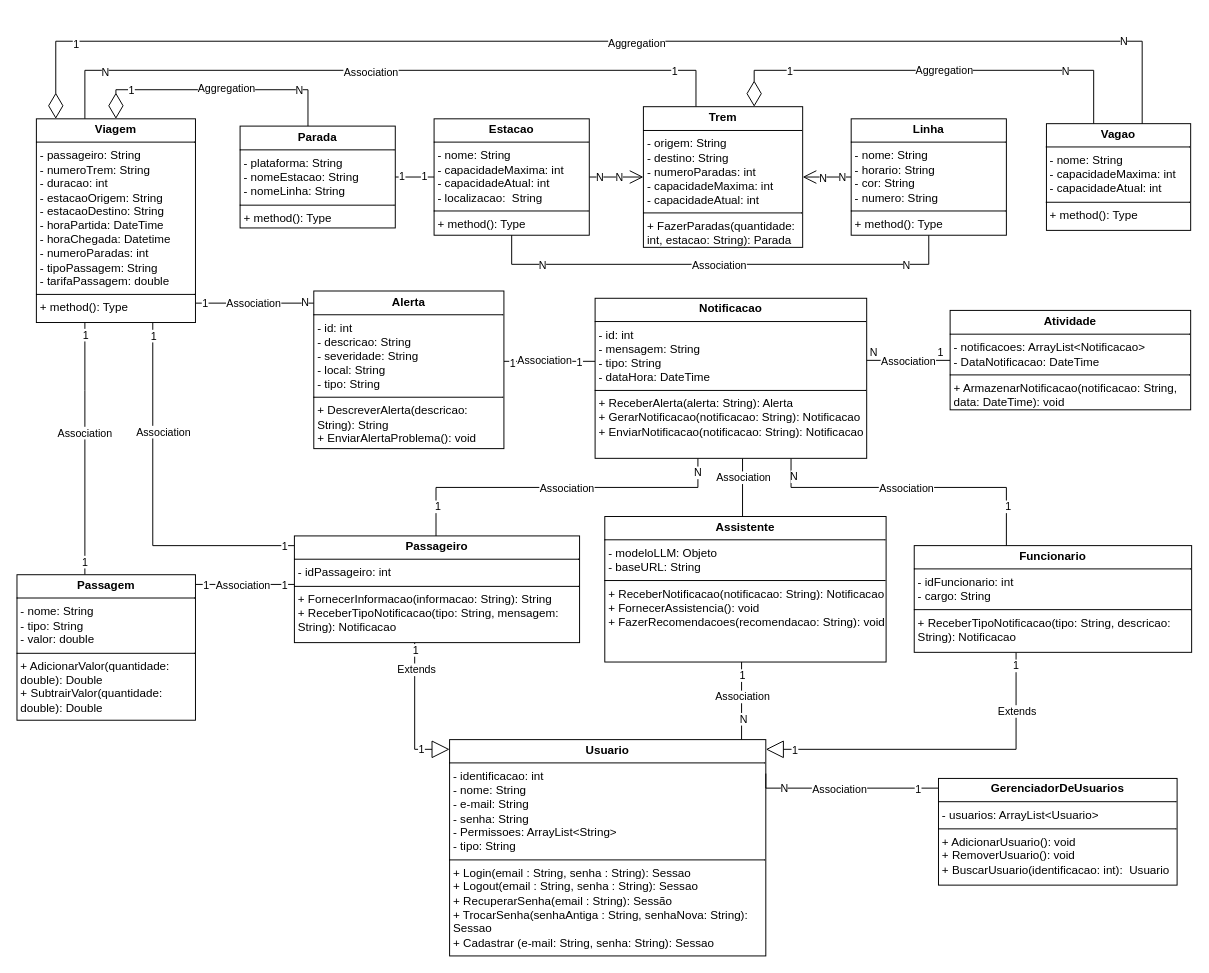
This is Sprint1.drawio from Acessi/Sprint-1-Java, a draw.io file, before an edit. Source tidied: cells renumbered, new cells numbered last; positions are measured from the earlier drawing's top-left corner, leaving out a move shared by most shapes. Both pictures are drawn from the tidied source at 97%, with x=0, y=0 at pixel (16, 41).
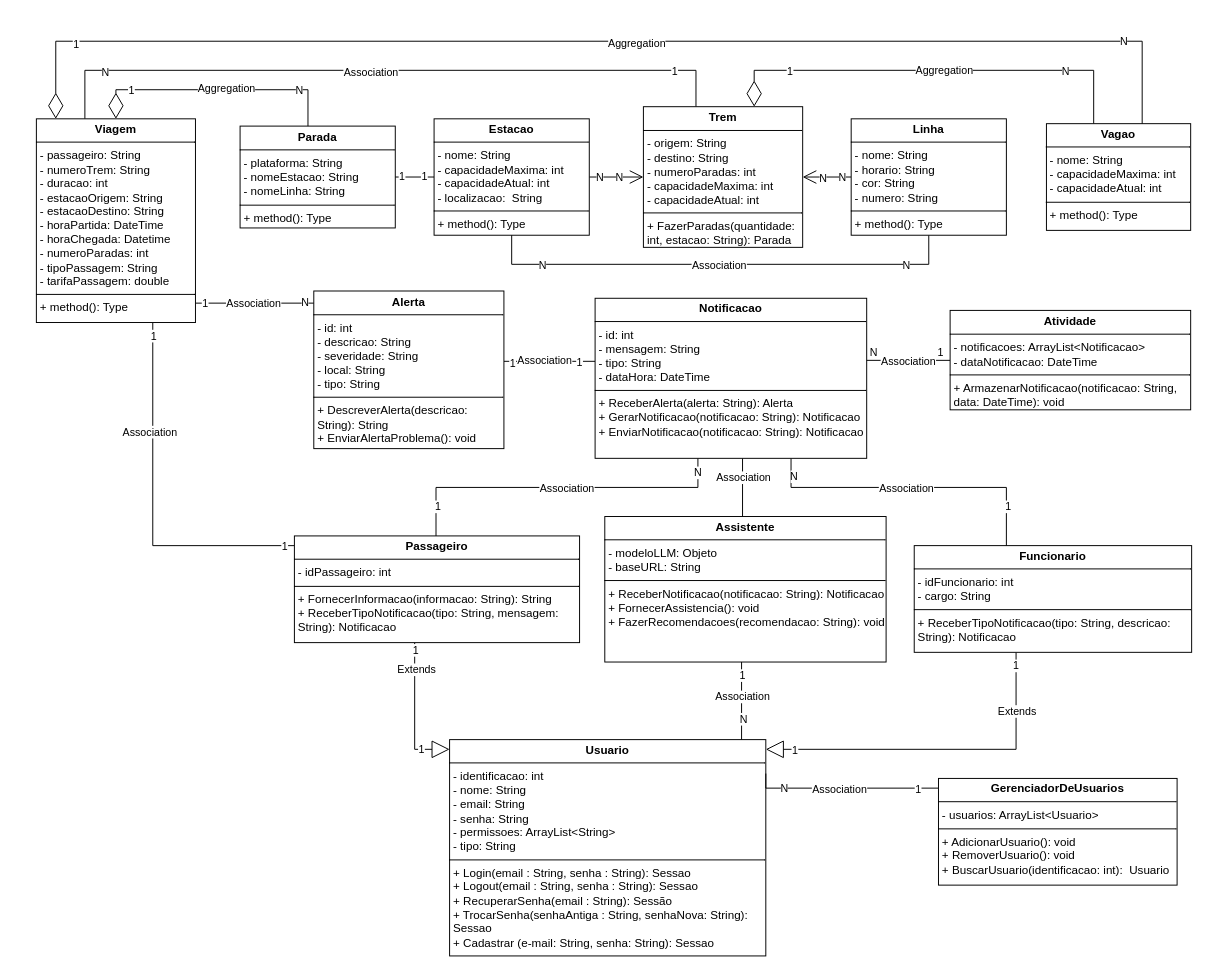
The same page after the edit.

Unchanged cells that the change refers to:
```xml
<mxCell id="12" style="edgeStyle=orthogonalEdgeStyle;rounded=0;jettySize=auto;html=1;strokeColor=default;align=center;verticalAlign=middle;fontFamily=Helvetica;fontSize=11;fontColor=default;labelBackgroundColor=default;endArrow=none;" parent="1" edge="1" source="16" target="79">
  <mxGeometry relative="1" as="geometry">
    <Array as="points">
      <mxPoint x="140" y="520" />
    </Array>
  </mxGeometry>
</mxCell>
<mxCell id="16" value="&lt;p style=&quot;margin:0px;margin-top:4px;text-align:center;&quot;&gt;&lt;b&gt;Passageiro&lt;/b&gt;&lt;/p&gt;&lt;hr size=&quot;1&quot; style=&quot;border-style:solid;&quot;&gt;&lt;p style=&quot;margin:0px;margin-left:4px;&quot;&gt;- idPassageiro: int&lt;/p&gt;&lt;hr size=&quot;1&quot; style=&quot;border-style:solid;&quot;&gt;&lt;p style=&quot;margin: 0px 0px 0px 4px;&quot;&gt;+ FornecerInformacao(informacao: String): String&lt;/p&gt;&lt;p style=&quot;margin: 0px 0px 0px 4px;&quot;&gt;+ ReceberTipoNotificacao(tipo: String, mensagem: String): Notificacao&amp;nbsp;&lt;/p&gt;" style="verticalAlign=top;align=left;overflow=fill;html=1;whiteSpace=wrap;" parent="1" vertex="1">
  <mxGeometry x="286" y="510" width="294" height="110" as="geometry" />
</mxCell>
<mxCell id="79" value="&lt;p style=&quot;margin:0px;margin-top:4px;text-align:center;&quot;&gt;&lt;b&gt;Viagem&lt;/b&gt;&lt;/p&gt;&lt;hr size=&quot;1&quot; style=&quot;border-style:solid;&quot;&gt;&lt;p style=&quot;margin:0px;margin-left:4px;&quot;&gt;- passageiro: String&lt;/p&gt;&lt;p style=&quot;margin:0px;margin-left:4px;&quot;&gt;- numeroTrem: String&lt;/p&gt;&lt;p style=&quot;margin:0px;margin-left:4px;&quot;&gt;- duracao: int&lt;/p&gt;&lt;p style=&quot;margin:0px;margin-left:4px;&quot;&gt;- estacaoOrigem: String&lt;/p&gt;&lt;p style=&quot;margin:0px;margin-left:4px;&quot;&gt;- estacaoDestino: String&lt;/p&gt;&lt;p style=&quot;margin:0px;margin-left:4px;&quot;&gt;- horaPartida: DateTime&lt;/p&gt;&lt;p style=&quot;margin:0px;margin-left:4px;&quot;&gt;- horaChegada: Datetime&lt;/p&gt;&lt;p style=&quot;margin:0px;margin-left:4px;&quot;&gt;- numeroParadas: int&lt;/p&gt;&lt;p style=&quot;margin:0px;margin-left:4px;&quot;&gt;- tipoPassagem: String&lt;/p&gt;&lt;p style=&quot;margin:0px;margin-left:4px;&quot;&gt;- tarifaPassagem: double&lt;br&gt;&lt;/p&gt;&lt;hr size=&quot;1&quot; style=&quot;border-style:solid;&quot;&gt;&lt;p style=&quot;margin:0px;margin-left:4px;&quot;&gt;+ method(): Type&lt;br&gt;&lt;/p&gt;" style="verticalAlign=top;align=left;overflow=fill;html=1;whiteSpace=wrap;" parent="1" vertex="1">
  <mxGeometry x="20" y="80" width="164" height="210" as="geometry" />
</mxCell>
```

The edit, as a diff of the source:
```diff
@@
-    <mxCell id="11" value="&lt;p style=&quot;margin:0px;margin-top:4px;text-align:center;&quot;&gt;&lt;b&gt;Usuario&lt;/b&gt;&lt;/p&gt;&lt;hr size=&quot;1&quot; style=&quot;border-style:solid;&quot;&gt;&lt;p style=&quot;margin:0px;margin-left:4px;&quot;&gt;- identificacao: int&lt;/p&gt;&lt;p style=&quot;margin:0px;margin-left:4px;&quot;&gt;- nome: String&lt;/p&gt;&lt;p style=&quot;margin:0px;margin-left:4px;&quot;&gt;- e-mail: String&lt;/p&gt;&lt;p style=&quot;margin:0px;margin-left:4px;&quot;&gt;- senha: String&lt;/p&gt;&lt;p style=&quot;margin:0px;margin-left:4px;&quot;&gt;- Permissoes: ArrayList&amp;lt;String&amp;gt;&lt;/p&gt;&lt;p style=&quot;margin:0px;margin-left:4px;&quot;&gt;- tipo: String&lt;/p&gt;&lt;hr size=&quot;1&quot; style=&quot;border-style:solid;&quot;&gt;&lt;p style=&quot;margin: 0px 0px 0px 4px;&quot;&gt;&lt;span style=&quot;background-color: initial;&quot;&gt;+ Login(email : String, senha : String): Sessao&lt;/span&gt;&lt;br&gt;&lt;/p&gt;&lt;p style=&quot;margin: 0px 0px 0px 4px;&quot;&gt;+ Logout(email : String, senha : String): Sessao&lt;br&gt;+ RecuperarSenha(email : String): Sessão&lt;br&gt;+ TrocarSenha(senhaAntiga : String, senhaNova:&amp;nbsp;String): Sessao&lt;br&gt;+ Cadastrar (e-mail: String, senha: String): Sessao&lt;/p&gt;" style="verticalAlign=top;align=left;overflow=fill;html=1;whiteSpace=wrap;" parent="1" vertex="1">
+    <mxCell id="11" value="&lt;p style=&quot;margin:0px;margin-top:4px;text-align:center;&quot;&gt;&lt;b&gt;Usuario&lt;/b&gt;&lt;/p&gt;&lt;hr size=&quot;1&quot; style=&quot;border-style:solid;&quot;&gt;&lt;p style=&quot;margin:0px;margin-left:4px;&quot;&gt;- identificacao: int&lt;/p&gt;&lt;p style=&quot;margin:0px;margin-left:4px;&quot;&gt;- nome: String&lt;/p&gt;&lt;p style=&quot;margin:0px;margin-left:4px;&quot;&gt;- email: String&lt;/p&gt;&lt;p style=&quot;margin:0px;margin-left:4px;&quot;&gt;- senha: String&lt;/p&gt;&lt;p style=&quot;margin:0px;margin-left:4px;&quot;&gt;- permissoes: ArrayList&amp;lt;String&amp;gt;&lt;/p&gt;&lt;p style=&quot;margin:0px;margin-left:4px;&quot;&gt;- tipo: String&lt;/p&gt;&lt;hr size=&quot;1&quot; style=&quot;border-style:solid;&quot;&gt;&lt;p style=&quot;margin: 0px 0px 0px 4px;&quot;&gt;&lt;span style=&quot;background-color: initial;&quot;&gt;+ Login(email : String, senha : String): Sessao&lt;/span&gt;&lt;br&gt;&lt;/p&gt;&lt;p style=&quot;margin: 0px 0px 0px 4px;&quot;&gt;+ Logout(email : String, senha : String): Sessao&lt;br&gt;+ RecuperarSenha(email : String): Sessão&lt;br&gt;+ TrocarSenha(senhaAntiga : String, senhaNova:&amp;nbsp;String): Sessao&lt;br&gt;+ Cadastrar (e-mail: String, senha: String): Sessao&lt;/p&gt;" style="verticalAlign=top;align=left;overflow=fill;html=1;whiteSpace=wrap;" parent="1" vertex="1">
       <mxGeometry x="446" y="720" width="326" height="223" as="geometry" />
     </mxCell>
@@
     <mxCell id="15" value="Association" style="edgeLabel;html=1;align=center;verticalAlign=middle;" parent="12" vertex="1">
       <mxGeometry x="0.4" relative="1" as="geometry">
-        <mxPoint x="10" y="-1" as="offset" />
+        <mxPoint x="-4" y="-1" as="offset" />
       </mxGeometry>
     </mxCell>
@@
-    <mxCell id="84" value="&lt;p style=&quot;margin:0px;margin-top:4px;text-align:center;&quot;&gt;&lt;b&gt;Atividade&lt;/b&gt;&lt;/p&gt;&lt;hr size=&quot;1&quot; style=&quot;border-style:solid;&quot;&gt;&lt;p style=&quot;margin:0px;margin-left:4px;&quot;&gt;- notificacoes: ArrayList&amp;lt;Notificacao&amp;gt;&lt;br&gt;&lt;/p&gt;&lt;p style=&quot;margin:0px;margin-left:4px;&quot;&gt;- DataNotificacao: DateTime&lt;/p&gt;&lt;hr size=&quot;1&quot; style=&quot;border-style:solid;&quot;&gt;&lt;p style=&quot;margin: 0px 0px 0px 4px;&quot;&gt;+ ArmazenarNotificacao(notificacao: String, data: DateTime): void&lt;br&gt;&lt;/p&gt;" style="verticalAlign=top;align=left;overflow=fill;html=1;whiteSpace=wrap;" parent="1" vertex="1">
+    <mxCell id="84" value="&lt;p style=&quot;margin:0px;margin-top:4px;text-align:center;&quot;&gt;&lt;b&gt;Atividade&lt;/b&gt;&lt;/p&gt;&lt;hr size=&quot;1&quot; style=&quot;border-style:solid;&quot;&gt;&lt;p style=&quot;margin:0px;margin-left:4px;&quot;&gt;- notificacoes: ArrayList&amp;lt;Notificacao&amp;gt;&lt;br&gt;&lt;/p&gt;&lt;p style=&quot;margin:0px;margin-left:4px;&quot;&gt;- dataNotificacao: DateTime&lt;/p&gt;&lt;hr size=&quot;1&quot; style=&quot;border-style:solid;&quot;&gt;&lt;p style=&quot;margin: 0px 0px 0px 4px;&quot;&gt;+ ArmazenarNotificacao(notificacao: String, data: DateTime): void&lt;br&gt;&lt;/p&gt;" style="verticalAlign=top;align=left;overflow=fill;html=1;whiteSpace=wrap;" parent="1" vertex="1">
       <mxGeometry x="962" y="277.5" width="248" height="102.5" as="geometry" />
     </mxCell>
-    <mxCell id="85" style="edgeStyle=orthogonalEdgeStyle;rounded=0;jettySize=auto;html=1;strokeColor=default;align=center;verticalAlign=middle;fontFamily=Helvetica;fontSize=11;fontColor=default;labelBackgroundColor=default;endArrow=none;" parent="1" edge="1" source="93" target="16">
-      <mxGeometry relative="1" as="geometry">
-        <Array as="points">
-          <mxPoint x="236" y="560" />
-          <mxPoint x="236" y="560" />
-        </Array>
-      </mxGeometry>
-    </mxCell>
-    <mxCell id="86" value="1" style="edgeLabel;html=1;align=center;verticalAlign=middle;rounded=0;strokeColor=default;fontFamily=Helvetica;fontSize=11;fontColor=default;labelBackgroundColor=default;" parent="85" vertex="1">
-      <mxGeometry x="-0.98" relative="1" as="geometry">
-        <mxPoint x="9" as="offset" />
-      </mxGeometry>
-    </mxCell>
-    <mxCell id="87" value="1" style="edgeLabel;html=1;align=center;verticalAlign=middle;rounded=0;strokeColor=default;fontFamily=Helvetica;fontSize=11;fontColor=default;labelBackgroundColor=default;" parent="85" vertex="1">
-      <mxGeometry x="0.92" y="-1" relative="1" as="geometry">
-        <mxPoint x="-7" y="-1" as="offset" />
-      </mxGeometry>
-    </mxCell>
-    <mxCell id="88" value="Association" style="edgeLabel;html=1;align=center;verticalAlign=middle;rounded=0;strokeColor=default;fontFamily=Helvetica;fontSize=11;fontColor=default;labelBackgroundColor=default;" parent="85" vertex="1">
-      <mxGeometry x="0.77" y="-3" relative="1" as="geometry">
-        <mxPoint x="-42" y="-3" as="offset" />
-      </mxGeometry>
-    </mxCell>
-    <mxCell id="89" style="edgeStyle=orthogonalEdgeStyle;rounded=0;jettySize=auto;html=1;strokeColor=default;align=center;verticalAlign=middle;fontFamily=Helvetica;fontSize=11;fontColor=default;labelBackgroundColor=default;endArrow=none;" parent="1" edge="1" source="93" target="79">
-      <mxGeometry relative="1" as="geometry">
-        <Array as="points">
-          <mxPoint x="70" y="360" />
-          <mxPoint x="70" y="360" />
-        </Array>
-      </mxGeometry>
-    </mxCell>
-    <mxCell id="90" value="Association" style="edgeLabel;html=1;align=center;verticalAlign=middle;" parent="89" vertex="1">
-      <mxGeometry x="0.19" y="1" relative="1" as="geometry">
-        <mxPoint y="8" as="offset" />
-      </mxGeometry>
-    </mxCell>
-    <mxCell id="91" value="1" style="edgeLabel;html=1;align=center;verticalAlign=middle;" parent="89" vertex="1">
-      <mxGeometry x="-0.89" y="1" relative="1" as="geometry" />
-    </mxCell>
-    <mxCell id="92" value="1" style="edgeLabel;html=1;align=center;verticalAlign=middle;" parent="89" vertex="1">
-      <mxGeometry x="0.91" relative="1" as="geometry" />
-    </mxCell>
-    <mxCell id="93" value="&lt;p style=&quot;margin:0px;margin-top:4px;text-align:center;&quot;&gt;&lt;b&gt;Passagem&lt;/b&gt;&lt;/p&gt;&lt;hr size=&quot;1&quot; style=&quot;border-style:solid;&quot;&gt;&lt;p style=&quot;margin:0px;margin-left:4px;&quot;&gt;- nome: String&lt;/p&gt;&lt;p style=&quot;margin:0px;margin-left:4px;&quot;&gt;- tipo: String&lt;/p&gt;&lt;p style=&quot;margin:0px;margin-left:4px;&quot;&gt;- valor: double&lt;/p&gt;&lt;hr size=&quot;1&quot; style=&quot;border-style:solid;&quot;&gt;&lt;p style=&quot;margin:0px;margin-left:4px;&quot;&gt;+ AdicionarValor(quantidade: double): Double&lt;/p&gt;&lt;p style=&quot;margin:0px;margin-left:4px;&quot;&gt;+ SubtrairValor(quantidade: double): Double&lt;/p&gt;" style="verticalAlign=top;align=left;overflow=fill;html=1;whiteSpace=wrap;" parent="1" vertex="1">
-      <mxGeometry y="550" width="184" height="150" as="geometry" />
-    </mxCell>
```
